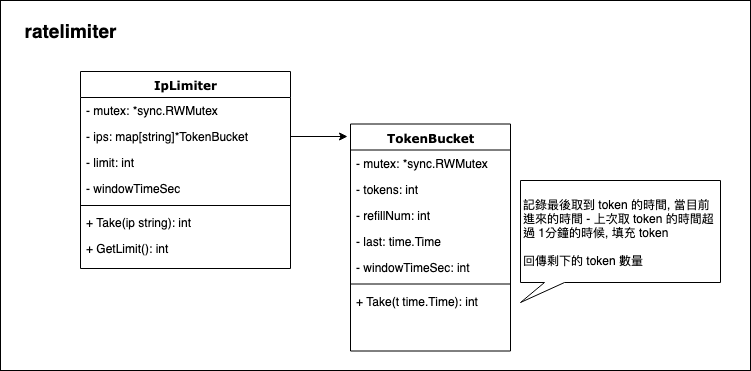
Above: assets/images/ratelimiter_diagram.png in justericgg/go-rate-limit-test (draw.io), before the change. Source tidied: cells renumbered, new cells last; positions are measured from the earlier drawing's top-left corner, leaving out a move shared by most shapes. The source it was exported from:
```xml
<mxGraphModel background="#ffffff">
  <root>
    <mxCell id="0" />
    <mxCell id="1" parent="0" />
    <mxCell id="2" style="rounded=0;whiteSpace=wrap;html=1;shadow=0;" parent="1" vertex="1">
      <mxGeometry width="750" height="370" as="geometry" />
    </mxCell>
    <mxCell id="3" value="TokenBucket" style="swimlane;html=1;fontStyle=1;align=center;verticalAlign=top;horizontal=1;startSize=26;swimlaneFillColor=#ffffff;rounded=0;shadow=0;comic=0;labelBackgroundColor=none;strokeColor=#000000;strokeWidth=1;fillColor=none;fontFamily=Verdana;fontSize=12;fontColor=#000000;" parent="1" vertex="1">
      <mxGeometry x="350" y="123.5" width="160" height="227" as="geometry" />
    </mxCell>
    <mxCell id="4" value="- mutex: *sync.RWMutex" style="text;html=1;strokeColor=none;fillColor=none;align=left;verticalAlign=top;spacingLeft=4;spacingRight=4;whiteSpace=wrap;overflow=hidden;" parent="3" vertex="1">
      <mxGeometry y="26" width="160" height="26" as="geometry" />
    </mxCell>
    <mxCell id="5" value="- tokens: int" style="text;html=1;strokeColor=none;fillColor=none;align=left;verticalAlign=top;spacingLeft=4;spacingRight=4;whiteSpace=wrap;overflow=hidden;" parent="3" vertex="1">
      <mxGeometry y="52" width="160" height="26" as="geometry" />
    </mxCell>
    <mxCell id="6" value="- refillNum: int" style="text;html=1;strokeColor=none;fillColor=none;align=left;verticalAlign=top;spacingLeft=4;spacingRight=4;whiteSpace=wrap;overflow=hidden;" parent="3" vertex="1">
      <mxGeometry y="78" width="160" height="26" as="geometry" />
    </mxCell>
    <mxCell id="7" value="- last: time.Time" style="text;html=1;strokeColor=none;fillColor=none;align=left;verticalAlign=top;spacingLeft=4;spacingRight=4;whiteSpace=wrap;overflow=hidden;" parent="3" vertex="1">
      <mxGeometry y="104" width="160" height="26" as="geometry" />
    </mxCell>
    <mxCell id="8" value="- windowTimeSec: int" style="text;html=1;strokeColor=none;fillColor=none;align=left;verticalAlign=top;spacingLeft=4;spacingRight=4;whiteSpace=wrap;overflow=hidden;" parent="3" vertex="1">
      <mxGeometry y="130" width="160" height="26" as="geometry" />
    </mxCell>
    <mxCell id="9" style="line;html=1;strokeWidth=1;fillColor=none;align=left;verticalAlign=middle;spacingTop=-1;spacingLeft=3;spacingRight=3;labelPosition=right;" parent="3" vertex="1">
      <mxGeometry y="156" width="160" height="8" as="geometry" />
    </mxCell>
    <mxCell id="10" value="+ Take(t time.Time): int" style="text;html=1;strokeColor=none;fillColor=none;align=left;verticalAlign=top;spacingLeft=4;spacingRight=4;whiteSpace=wrap;overflow=hidden;" parent="3" vertex="1">
      <mxGeometry y="164" width="160" height="26" as="geometry" />
    </mxCell>
    <mxCell id="11" value="IpLimiter" style="swimlane;html=1;fontStyle=1;align=center;verticalAlign=top;horizontal=1;startSize=26;swimlaneFillColor=#ffffff;rounded=0;shadow=0;comic=0;labelBackgroundColor=none;strokeColor=#000000;strokeWidth=1;fillColor=none;fontFamily=Verdana;fontSize=12;fontColor=#000000;" parent="1" vertex="1">
      <mxGeometry x="80" y="71" width="210" height="197" as="geometry" />
    </mxCell>
    <mxCell id="12" value="- mutex: *sync.RWMutex" style="text;html=1;strokeColor=none;fillColor=none;align=left;verticalAlign=top;spacingLeft=4;spacingRight=4;whiteSpace=wrap;overflow=hidden;" parent="11" vertex="1">
      <mxGeometry y="26" width="210" height="26" as="geometry" />
    </mxCell>
    <mxCell id="13" value="- ips: map[string]*TokenBucket" style="text;html=1;strokeColor=none;fillColor=none;align=left;verticalAlign=top;spacingLeft=4;spacingRight=4;whiteSpace=wrap;overflow=hidden;points=[[0,0.5],[1,0.5]];portConstraint=eastwest;" parent="11" vertex="1">
      <mxGeometry y="52" width="210" height="26" as="geometry" />
    </mxCell>
    <mxCell id="14" value="- limit: int" style="text;html=1;strokeColor=none;fillColor=none;align=left;verticalAlign=top;spacingLeft=4;spacingRight=4;whiteSpace=wrap;overflow=hidden;" parent="11" vertex="1">
      <mxGeometry y="78" width="210" height="26" as="geometry" />
    </mxCell>
    <mxCell id="15" value="- windowTimeSec" style="text;html=1;strokeColor=none;fillColor=none;align=left;verticalAlign=top;spacingLeft=4;spacingRight=4;whiteSpace=wrap;overflow=hidden;" parent="11" vertex="1">
      <mxGeometry y="104" width="210" height="26" as="geometry" />
    </mxCell>
    <mxCell id="16" style="line;html=1;strokeWidth=1;fillColor=none;align=left;verticalAlign=middle;spacingTop=-1;spacingLeft=3;spacingRight=3;labelPosition=right;" parent="11" vertex="1">
      <mxGeometry y="130" width="210" height="8" as="geometry" />
    </mxCell>
    <mxCell id="17" value="+ Take(ip string): int" style="text;html=1;strokeColor=none;fillColor=none;align=left;verticalAlign=top;spacingLeft=4;spacingRight=4;whiteSpace=wrap;overflow=hidden;" parent="11" vertex="1">
      <mxGeometry y="138" width="210" height="26" as="geometry" />
    </mxCell>
    <mxCell id="18" value="+ GetLimit(): int" style="text;html=1;strokeColor=none;fillColor=none;align=left;verticalAlign=top;spacingLeft=4;spacingRight=4;whiteSpace=wrap;overflow=hidden;" parent="11" vertex="1">
      <mxGeometry y="164" width="210" height="26" as="geometry" />
    </mxCell>
    <mxCell id="19" style="edgeStyle=orthogonalEdgeStyle;rounded=0;jettySize=auto;html=1;exitX=1;exitY=0.5;exitDx=0;exitDy=0;entryX=-0.016;entryY=0.055;entryDx=0;entryDy=0;entryPerimeter=0;" parent="1" edge="1" source="13" target="3">
      <mxGeometry relative="1" as="geometry" />
    </mxCell>
    <mxCell id="20" value="記錄最後取到 token 的時間, 當目前進來的時間 - 上次取 token 的時間超過 1分鐘的時候, 填充 token&lt;br&gt;&lt;br&gt;回傳剩下的 token 數量" style="shape=callout;whiteSpace=wrap;html=1;perimeter=calloutPerimeter;shadow=0;position2=0;size=20;position=0.12;align=left;" parent="1" vertex="1">
      <mxGeometry x="520" y="180" width="200" height="122" as="geometry" />
    </mxCell>
    <mxCell id="21" value="ratelimiter" style="text;html=1;strokeColor=none;fillColor=none;align=center;verticalAlign=middle;whiteSpace=wrap;rounded=0;shadow=0;fontStyle=1;fontSize=19;" parent="1" vertex="1">
      <mxGeometry x="20" y="20" width="100" height="20" as="geometry" />
    </mxCell>
  </root>
</mxGraphModel>
```
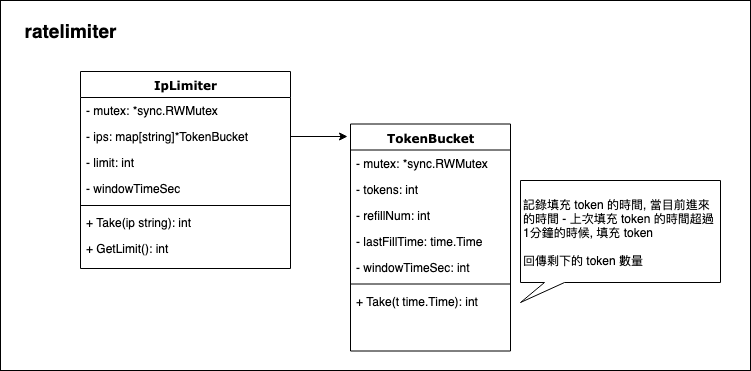
Later version of the same file.

Commit message:
[Bug Fix] 更新 rate limiter 程式 diagram 圖片

The edit, as a diff of the source:
```diff
@@ -17,7 +17,7 @@
     <mxCell id="6" value="- refillNum: int" style="text;html=1;strokeColor=none;fillColor=none;align=left;verticalAlign=top;spacingLeft=4;spacingRight=4;whiteSpace=wrap;overflow=hidden;" parent="3" vertex="1">
       <mxGeometry y="78" width="160" height="26" as="geometry" />
     </mxCell>
-    <mxCell id="7" value="- last: time.Time" style="text;html=1;strokeColor=none;fillColor=none;align=left;verticalAlign=top;spacingLeft=4;spacingRight=4;whiteSpace=wrap;overflow=hidden;" parent="3" vertex="1">
+    <mxCell id="7" value="- lastFillTime: time.Time" style="text;html=1;strokeColor=none;fillColor=none;align=left;verticalAlign=top;spacingLeft=4;spacingRight=4;whiteSpace=wrap;overflow=hidden;" parent="3" vertex="1">
       <mxGeometry y="104" width="160" height="26" as="geometry" />
     </mxCell>
     <mxCell id="8" value="- windowTimeSec: int" style="text;html=1;strokeColor=none;fillColor=none;align=left;verticalAlign=top;spacingLeft=4;spacingRight=4;whiteSpace=wrap;overflow=hidden;" parent="3" vertex="1">
@@ -56,7 +56,7 @@
     <mxCell id="19" style="edgeStyle=orthogonalEdgeStyle;rounded=0;jettySize=auto;html=1;exitX=1;exitY=0.5;exitDx=0;exitDy=0;entryX=-0.016;entryY=0.055;entryDx=0;entryDy=0;entryPerimeter=0;" parent="1" edge="1" source="13" target="3">
       <mxGeometry relative="1" as="geometry" />
     </mxCell>
-    <mxCell id="20" value="記錄最後取到 token 的時間, 當目前進來的時間 - 上次取 token 的時間超過 1分鐘的時候, 填充 token&lt;br&gt;&lt;br&gt;回傳剩下的 token 數量" style="shape=callout;whiteSpace=wrap;html=1;perimeter=calloutPerimeter;shadow=0;position2=0;size=20;position=0.12;align=left;" parent="1" vertex="1">
+    <mxCell id="20" value="記錄填充 token 的時間, 當目前進來的時間 - 上次填充 token 的時間超過 1分鐘的時候, 填充 token&lt;br&gt;&lt;br&gt;回傳剩下的 token 數量" style="shape=callout;whiteSpace=wrap;html=1;perimeter=calloutPerimeter;shadow=0;position2=0;size=20;position=0.12;align=left;" parent="1" vertex="1">
       <mxGeometry x="520" y="180" width="200" height="122" as="geometry" />
     </mxCell>
     <mxCell id="21" value="ratelimiter" style="text;html=1;strokeColor=none;fillColor=none;align=center;verticalAlign=middle;whiteSpace=wrap;rounded=0;shadow=0;fontStyle=1;fontSize=19;" parent="1" vertex="1">
```
